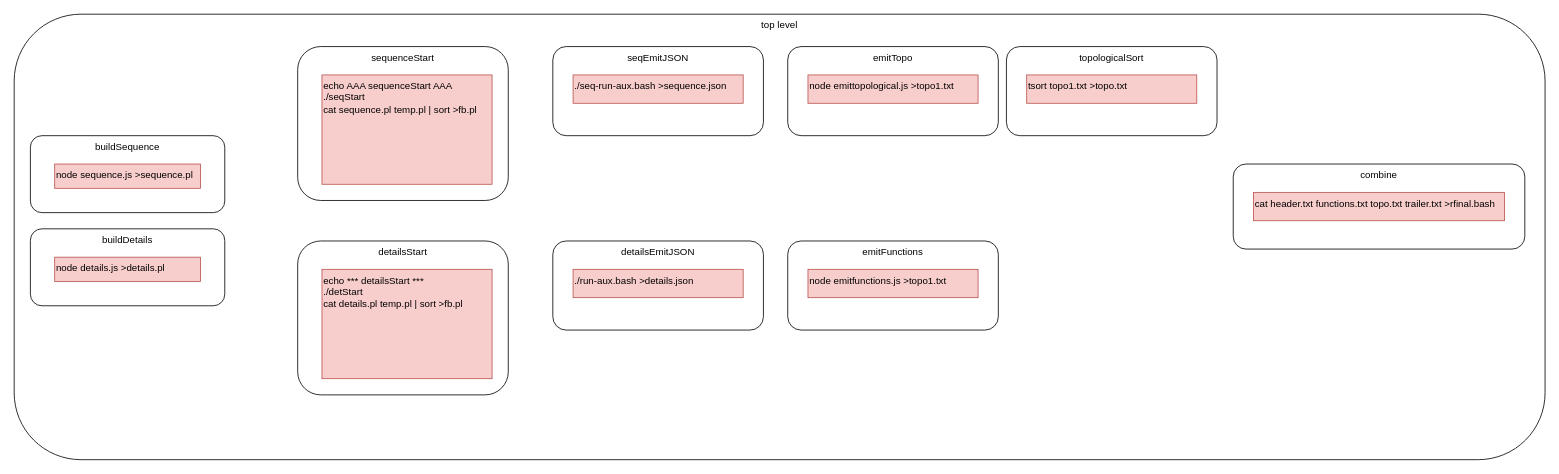
Above: guitarvydas/detailsdogfood.drawio in guitarvydas/jam0001 (draw.io), before the change. Source tidied: cells renumbered, new cells numbered last; positions are measured from the earlier drawing's top-left corner, leaving out a move shared by most shapes. Both pictures are drawn from the tidied source at 81%, with x=0, y=0 at pixel (14, 14).
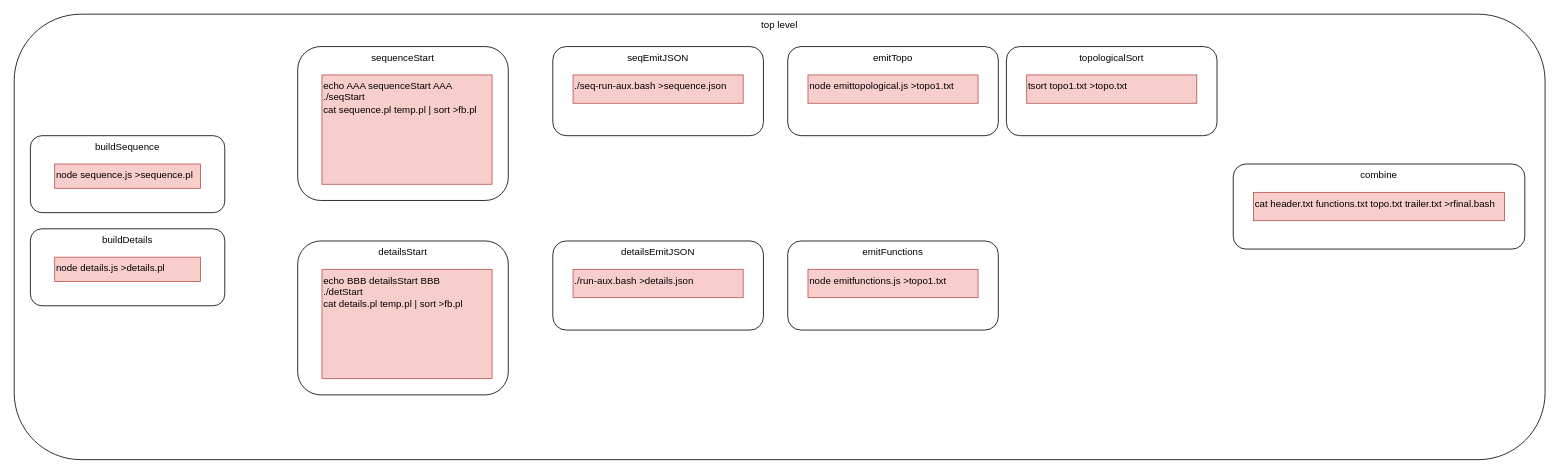
The same page after the edit.

What changed in the source:
```diff
@@
-    <mxCell id="16" value="&lt;div&gt;&lt;div&gt;echo *** detailsStart ***&lt;/div&gt;&lt;div&gt;&lt;span&gt;./detStart&lt;/span&gt;&lt;/div&gt;&lt;div&gt;&lt;span&gt;cat details.pl temp.pl | sort &amp;gt;fb.pl&lt;/span&gt;&lt;/div&gt;&lt;/div&gt;&lt;div&gt;&lt;br&gt;&lt;/div&gt;" style="rounded=0;whiteSpace=wrap;html=1;align=left;fillColor=#f8cecc;strokeColor=#b85450;verticalAlign=top;" parent="1" vertex="1">
+    <mxCell id="16" value="&lt;div&gt;&lt;div&gt;echo BBB detailsStart BBB&lt;/div&gt;&lt;div&gt;&lt;span&gt;./detStart&lt;/span&gt;&lt;/div&gt;&lt;div&gt;&lt;span&gt;cat details.pl temp.pl | sort &amp;gt;fb.pl&lt;/span&gt;&lt;/div&gt;&lt;/div&gt;&lt;div&gt;&lt;br&gt;&lt;/div&gt;" style="rounded=0;whiteSpace=wrap;html=1;align=left;fillColor=#f8cecc;strokeColor=#b85450;verticalAlign=top;" parent="1" vertex="1">
       <mxGeometry x="380" y="315" width="210" height="135" as="geometry" />
     </mxCell>
```
